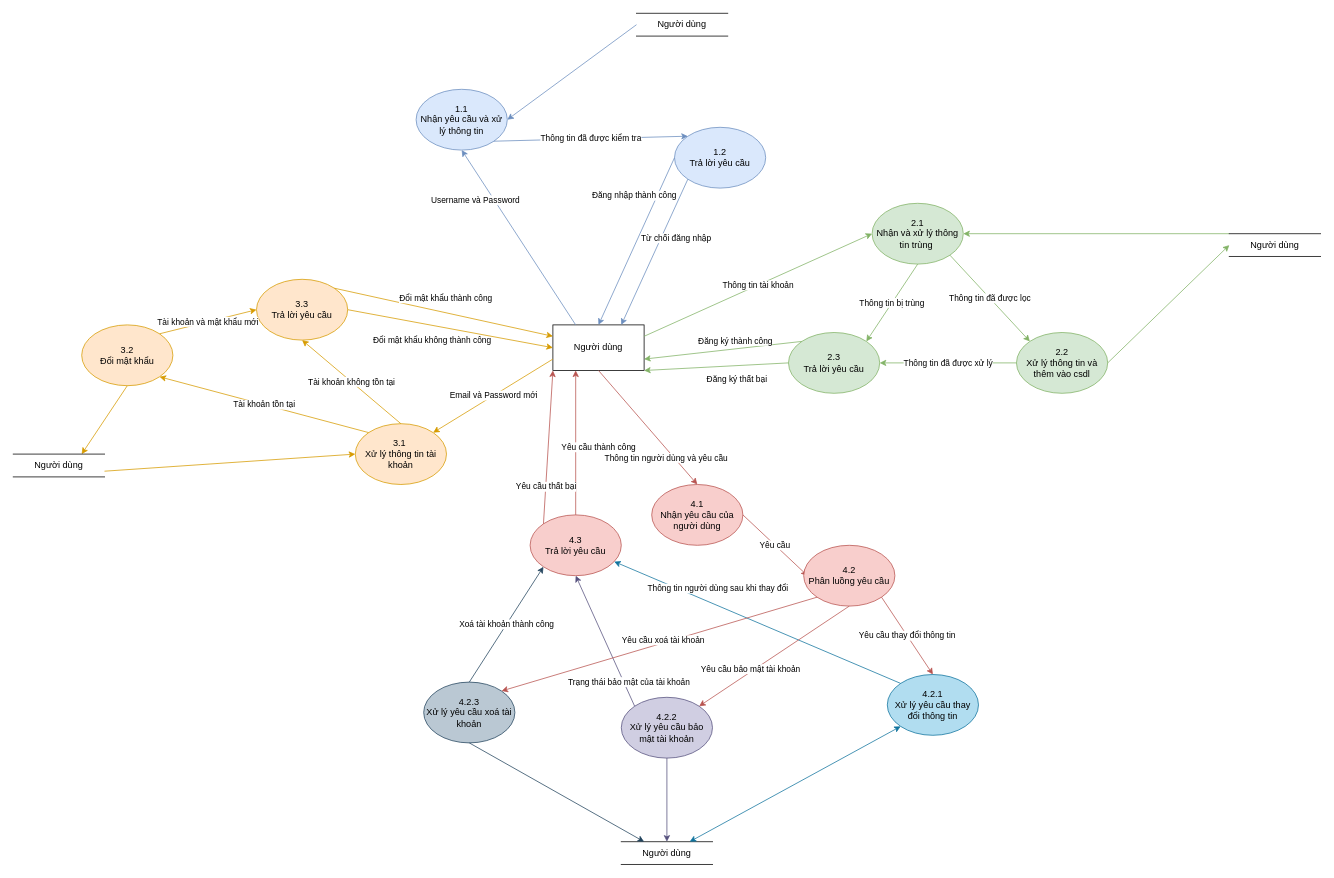
Before: page "DFD - Mức 2+3 - Hệ quản lý tài khoản" (8 of 12) of iotentities.drawio in khanhdew/SmartHome, a draw.io diagram. Source tidied: cells renumbered, new cells numbered last; positions are measured from the earlier drawing's top-left corner, leaving out a move shared by most shapes. Both pictures are drawn from the tidied source at 76%, with x=0, y=0 at pixel (13, 13).
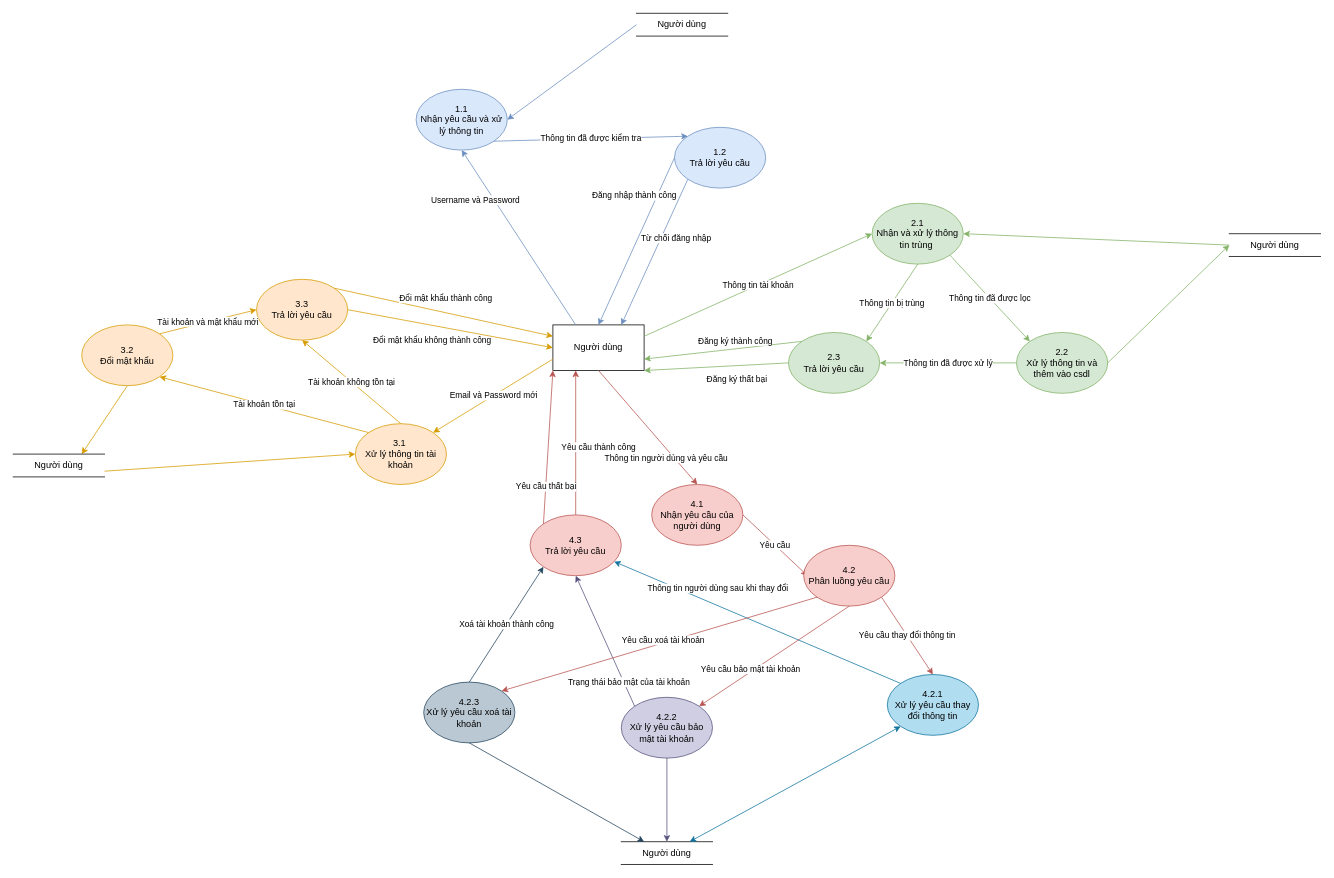
Above is the later version.

The change refers to these unchanged cells:
```xml
<mxCell id="11" value="2.1&lt;div&gt;Nhận và xử lý thông tin trùng&amp;nbsp;&lt;/div&gt;" style="ellipse;whiteSpace=wrap;html=1;fillColor=#d5e8d4;strokeColor=#82b366;" parent="1" vertex="1">
  <mxGeometry x="1130" y="250" width="120" height="80" as="geometry" />
</mxCell>
<mxCell id="54" value="Người dùng" style="shape=partialRectangle;whiteSpace=wrap;html=1;left=0;right=0;fillColor=none;" parent="1" vertex="1">
  <mxGeometry x="1600" y="290" width="120" height="30" as="geometry" />
</mxCell>
```

What changed in the source:
```diff
@@
-    <mxCell id="27" style="endArrow=classic;html=1;rounded=0;exitX=0;exitY=0;exitDx=0;exitDy=0;entryX=1;entryY=0.5;entryDx=0;entryDy=0;fillColor=#d5e8d4;strokeColor=#82b366;" parent="1" edge="1" source="54" target="11">
+    <mxCell id="27" style="endArrow=classic;html=1;rounded=0;exitX=0;exitY=0.5;exitDx=0;exitDy=0;entryX=1;entryY=0.5;entryDx=0;entryDy=0;fillColor=#d5e8d4;strokeColor=#82b366;" parent="1" edge="1" source="54" target="11">
       <mxGeometry relative="1" as="geometry" />
     </mxCell>
```
